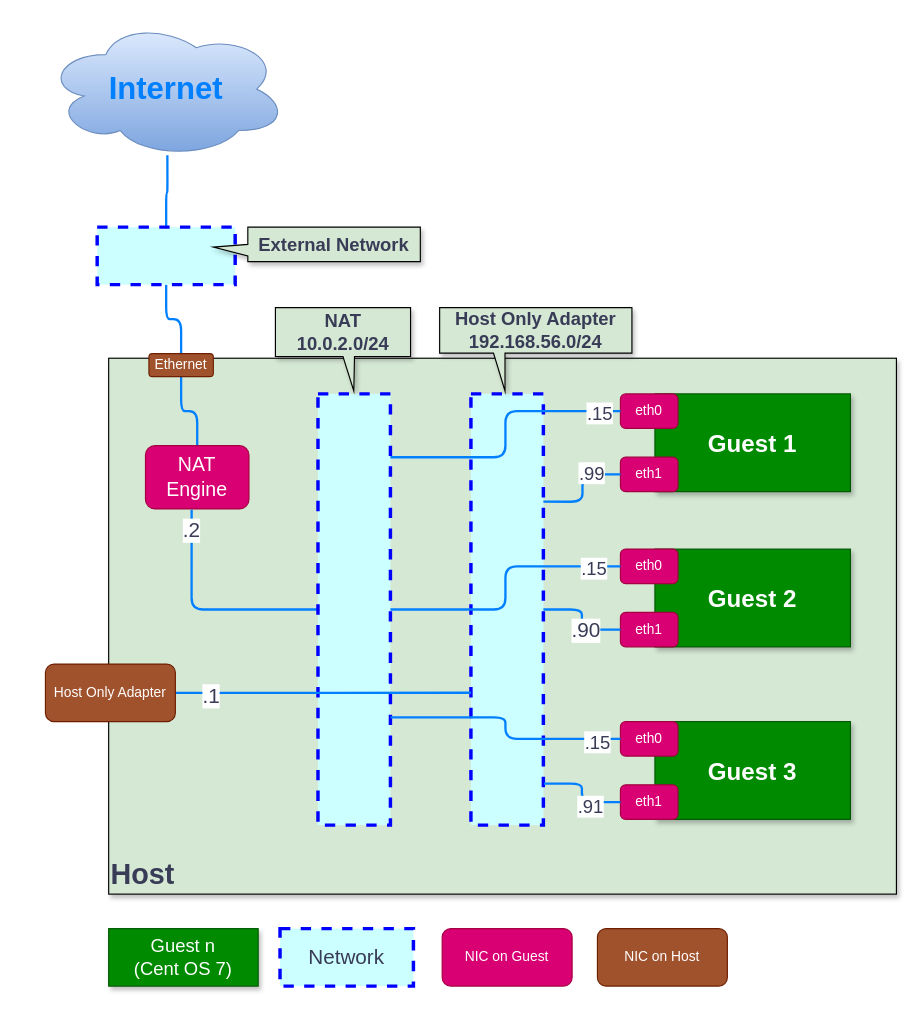
Before: Linux/Vagrant/VirtualBoxVM_network1.drawio in mtk57/PublicMemo, a draw.io diagram. Source tidied: cells renumbered, new cells numbered last; positions are measured from the earlier drawing's top-left corner, leaving out a move shared by most shapes. Both pictures are drawn from the tidied source at 115%, with x=0, y=0 at pixel (45, 20).
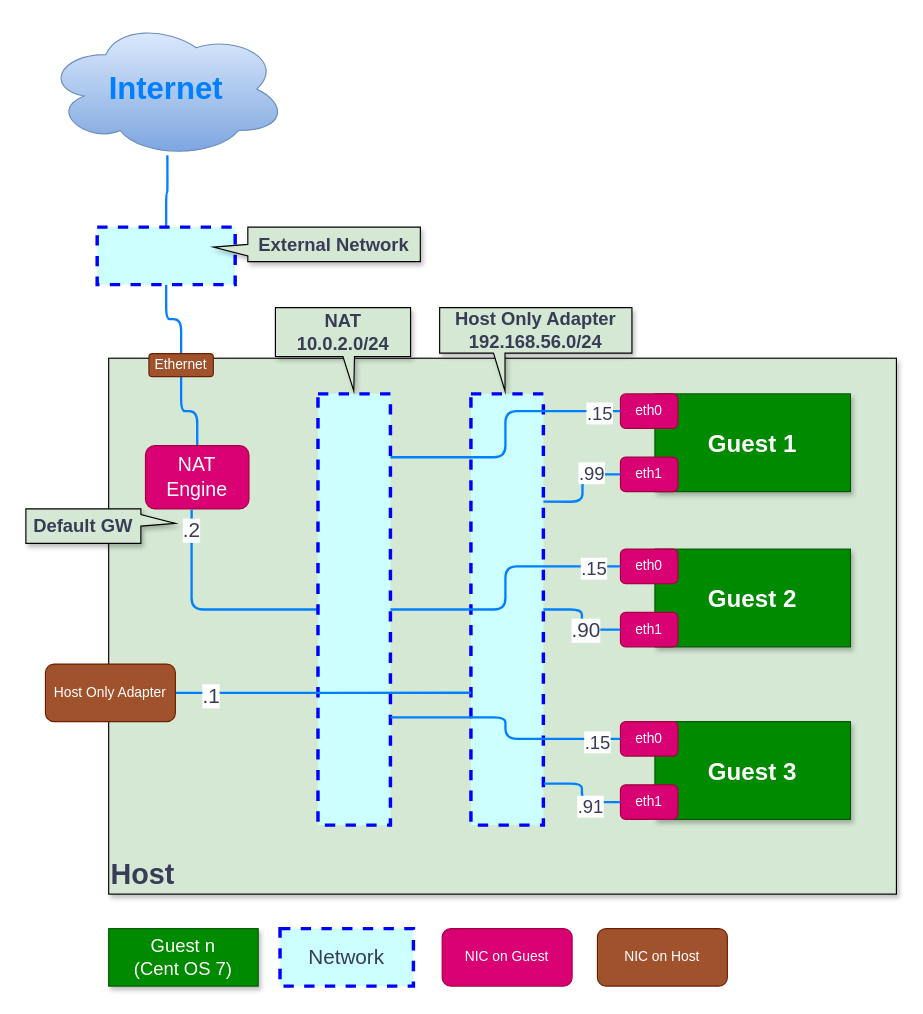
Above is the later version.

The edit, as a diff of the source:
```diff
@@
+    <mxCell id="54" value="Default GW" style="shape=callout;whiteSpace=wrap;html=1;perimeter=calloutPerimeter;rounded=0;sketch=0;strokeColor=#000000;strokeWidth=1;fillColor=#D5E8D4;fontSize=16;fontColor=#393C56;align=center;position2=0.58;flipH=1;flipV=1;direction=south;base=10;fontStyle=1;shadow=1;" parent="1" vertex="1">
+      <mxGeometry x="-17" y="425" width="130" height="30" as="geometry" />
+    </mxCell>
```
